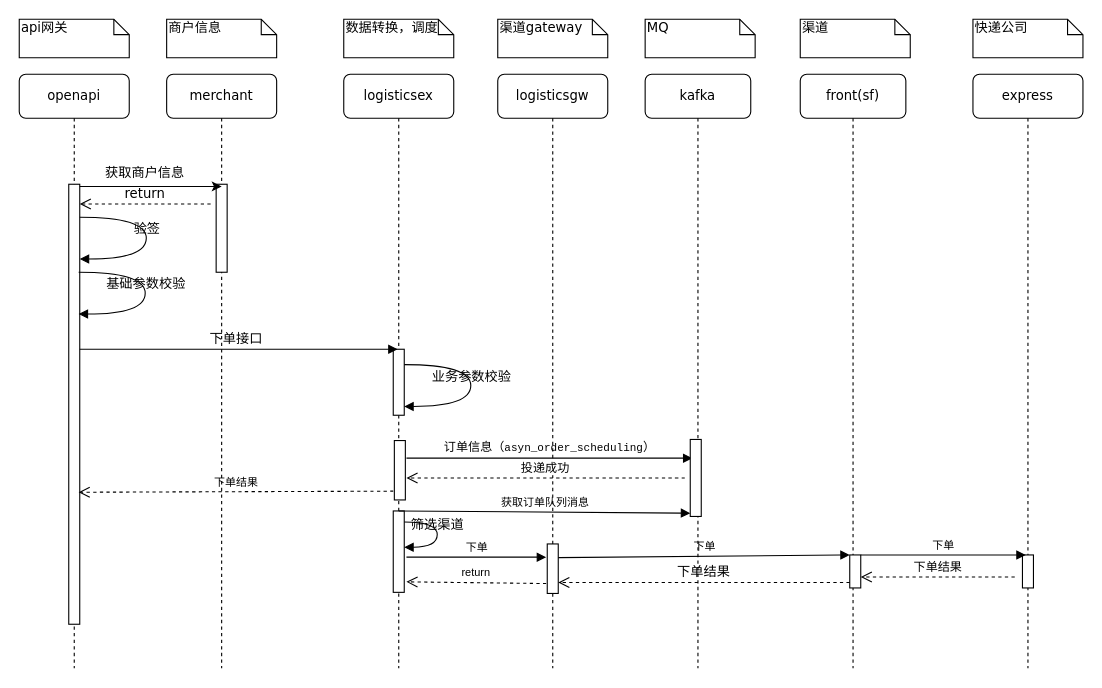
Above: 即时配下单.drawio in unclequentin/diagrams (draw.io), before the change. Source tidied: cells renumbered, new cells numbered last; positions are measured from the earlier drawing's top-left corner, leaving out a move shared by most shapes. Both pictures are drawn from the tidied source at 110%, with x=0, y=0 at pixel (19, 19).
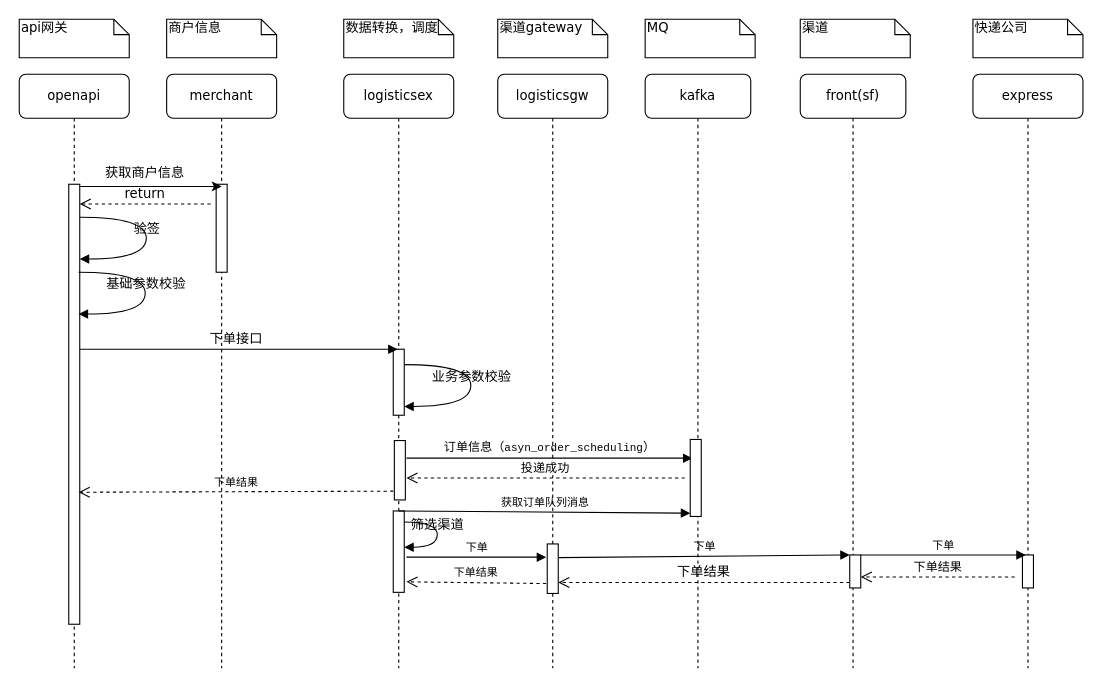
The same page after the edit.

Commit message:
更新即时配下单.drawio

Unchanged cells that the change refers to:
```xml
<mxCell id="6" style="html=1;points=[];perimeter=orthogonalPerimeter;fontSize=10;fontColor=#000000;" parent="2" vertex="1">
  <mxGeometry x="45" y="397" width="10" height="74" as="geometry" />
</mxCell>
<mxCell id="10" style="html=1;points=[];perimeter=orthogonalPerimeter;rounded=0;shadow=0;comic=0;labelBackgroundColor=none;strokeWidth=1;fontFamily=Verdana;fontSize=12;align=center;" parent="9" vertex="1">
  <mxGeometry x="45" y="427" width="10" height="45" as="geometry" />
</mxCell>
```

Diff of the diagram source:
```diff
@@
-    <mxCell id="38" value="return" style="html=1;verticalAlign=bottom;endArrow=open;dashed=1;endSize=8;rounded=0;labelBackgroundColor=none;fontSize=10;fontColor=#000000;curved=1;entryX=1.2;entryY=0.871;entryDx=0;entryDy=0;entryPerimeter=0;exitX=-0.1;exitY=0.8;exitDx=0;exitDy=0;exitPerimeter=0;" parent="1" edge="1" source="10" target="6">
+    <mxCell id="38" value="下单结果" style="html=1;verticalAlign=bottom;endArrow=open;dashed=1;endSize=8;rounded=0;labelBackgroundColor=none;fontSize=10;fontColor=#000000;curved=1;entryX=1.2;entryY=0.871;entryDx=0;entryDy=0;entryPerimeter=0;exitX=-0.1;exitY=0.8;exitDx=0;exitDy=0;exitPerimeter=0;" parent="1" edge="1" source="10" target="6">
       <mxGeometry relative="1" as="geometry" />
     </mxCell>
```
